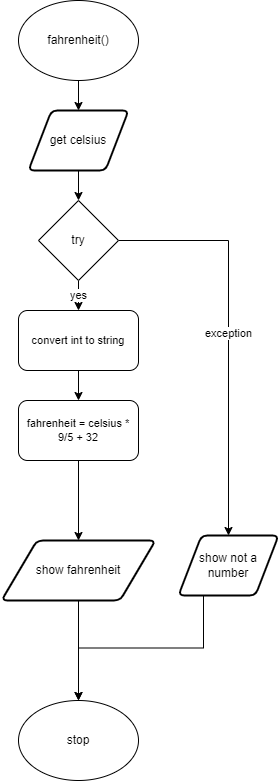
devin-jhu/ICS3U-Unit5-02-Python keeps this draw.io diagram as flow.png. Above is the earlier version. Source tidied: cells renumbered, new cells last; positions are measured from the earlier drawing's top-left corner, leaving out a move shared by most shapes.
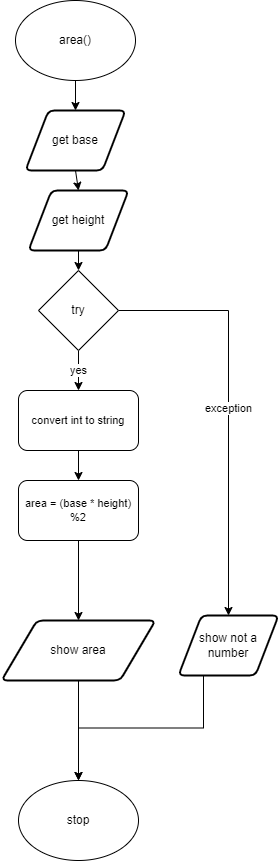
After the commit.

Diff of the diagram source:
```diff
@@ -5,7 +5,7 @@
     <mxCell id="2" style="edgeStyle=orthogonalEdgeStyle;shape=connector;rounded=0;html=1;exitX=0.5;exitY=1;exitDx=0;exitDy=0;entryX=0.5;entryY=0;entryDx=0;entryDy=0;labelBackgroundColor=default;fontFamily=Helvetica;fontSize=11;fontColor=default;endArrow=classic;strokeColor=default;" parent="1" edge="1" source="3" target="8">
       <mxGeometry relative="1" as="geometry" />
     </mxCell>
-    <mxCell id="3" value="show fahrenheit" style="shape=parallelogram;html=1;strokeWidth=2;perimeter=parallelogramPerimeter;whiteSpace=wrap;rounded=1;arcSize=12;size=0.23;" parent="1" vertex="1">
+    <mxCell id="3" value="show area" style="shape=parallelogram;html=1;strokeWidth=2;perimeter=parallelogramPerimeter;whiteSpace=wrap;rounded=1;arcSize=12;size=0.23;" parent="1" vertex="1">
       <mxGeometry y="540" width="154" height="60" as="geometry" />
     </mxCell>
     <mxCell id="4" style="edgeStyle=orthogonalEdgeStyle;shape=connector;rounded=0;html=1;exitX=0.25;exitY=1;exitDx=0;exitDy=0;labelBackgroundColor=default;fontFamily=Helvetica;fontSize=11;fontColor=default;endArrow=classic;strokeColor=default;entryX=0.5;entryY=0;entryDx=0;entryDy=0;" parent="1" edge="1" source="5" target="8">
@@ -17,8 +17,8 @@
     <mxCell id="6" style="edgeStyle=orthogonalEdgeStyle;shape=connector;rounded=0;html=1;exitX=0.5;exitY=1;exitDx=0;exitDy=0;entryX=0.5;entryY=0;entryDx=0;entryDy=0;labelBackgroundColor=default;fontFamily=Helvetica;fontSize=11;fontColor=default;endArrow=classic;strokeColor=default;" parent="1" edge="1" source="7" target="17">
       <mxGeometry relative="1" as="geometry" />
     </mxCell>
-    <mxCell id="7" value="fahrenheit()" style="ellipse;whiteSpace=wrap;html=1;" parent="1" vertex="1">
-      <mxGeometry x="17" width="120" height="80" as="geometry" />
+    <mxCell id="7" value="area()" style="ellipse;whiteSpace=wrap;html=1;" parent="1" vertex="1">
+      <mxGeometry x="14" y="-80" width="120" height="80" as="geometry" />
     </mxCell>
     <mxCell id="8" value="stop" style="ellipse;whiteSpace=wrap;html=1;" parent="1" vertex="1">
       <mxGeometry x="17" y="700" width="120" height="80" as="geometry" />
@@ -30,7 +30,7 @@
       <mxGeometry relative="1" as="geometry" />
     </mxCell>
     <mxCell id="11" value="try" style="rhombus;whiteSpace=wrap;html=1;" parent="1" vertex="1">
-      <mxGeometry x="37" y="200" width="80" height="80" as="geometry" />
+      <mxGeometry x="37" y="190" width="80" height="80" as="geometry" />
     </mxCell>
     <mxCell id="12" style="edgeStyle=orthogonalEdgeStyle;shape=connector;rounded=0;html=1;exitX=0.5;exitY=1;exitDx=0;exitDy=0;entryX=0.5;entryY=0;entryDx=0;entryDy=0;labelBackgroundColor=default;fontFamily=Helvetica;fontSize=11;fontColor=default;endArrow=classic;strokeColor=default;" parent="1" edge="1" source="13" target="15">
       <mxGeometry relative="1" as="geometry" />
@@ -41,14 +41,20 @@
     <mxCell id="14" style="edgeStyle=orthogonalEdgeStyle;shape=connector;rounded=0;html=1;exitX=0.5;exitY=1;exitDx=0;exitDy=0;entryX=0.5;entryY=0;entryDx=0;entryDy=0;labelBackgroundColor=default;fontFamily=Helvetica;fontSize=11;fontColor=default;endArrow=classic;strokeColor=default;" parent="1" edge="1" source="15" target="3">
       <mxGeometry relative="1" as="geometry" />
     </mxCell>
-    <mxCell id="15" value="fahrenheit = celsius * 9/5 + 32" style="rounded=1;whiteSpace=wrap;html=1;fontFamily=Helvetica;fontSize=11;fontColor=default;" parent="1" vertex="1">
+    <mxCell id="15" value="area = (base * height) %2" style="rounded=1;whiteSpace=wrap;html=1;fontFamily=Helvetica;fontSize=11;fontColor=default;" parent="1" vertex="1">
       <mxGeometry x="17" y="400" width="120" height="60" as="geometry" />
     </mxCell>
-    <mxCell id="16" style="edgeStyle=orthogonalEdgeStyle;shape=connector;rounded=0;html=1;exitX=0.5;exitY=1;exitDx=0;exitDy=0;entryX=0.5;entryY=0;entryDx=0;entryDy=0;labelBackgroundColor=default;fontFamily=Helvetica;fontSize=11;fontColor=default;endArrow=classic;strokeColor=default;" parent="1" edge="1" source="17" target="11">
-      <mxGeometry relative="1" as="geometry" />
-    </mxCell>
+    <mxCell id="18" style="edgeStyle=none;html=1;exitX=0.5;exitY=1;exitDx=0;exitDy=0;entryX=0.5;entryY=0;entryDx=0;entryDy=0;" parent="1" edge="1" source="17" target="20">
+      <mxGeometry relative="1" as="geometry" />
+    </mxCell>
-    <mxCell id="17" value="get celsius" style="shape=parallelogram;html=1;strokeWidth=2;perimeter=parallelogramPerimeter;whiteSpace=wrap;rounded=1;arcSize=12;size=0.23;" parent="1" vertex="1">
-      <mxGeometry x="27" y="110" width="100" height="60" as="geometry" />
+    <mxCell id="17" value="get base" style="shape=parallelogram;html=1;strokeWidth=2;perimeter=parallelogramPerimeter;whiteSpace=wrap;rounded=1;arcSize=12;size=0.23;" parent="1" vertex="1">
+      <mxGeometry x="24" y="30" width="100" height="60" as="geometry" />
     </mxCell>
+    <mxCell id="19" style="edgeStyle=none;html=1;exitX=0.5;exitY=1;exitDx=0;exitDy=0;entryX=0.5;entryY=0;entryDx=0;entryDy=0;" parent="1" edge="1" source="20" target="11">
+      <mxGeometry relative="1" as="geometry" />
+    </mxCell>
+    <mxCell id="20" value="get height" style="shape=parallelogram;html=1;strokeWidth=2;perimeter=parallelogramPerimeter;whiteSpace=wrap;rounded=1;arcSize=12;size=0.23;" parent="1" vertex="1">
+      <mxGeometry x="27" y="110" width="100" height="60" as="geometry" />
+    </mxCell>
   </root>
 </mxGraphModel>
```
